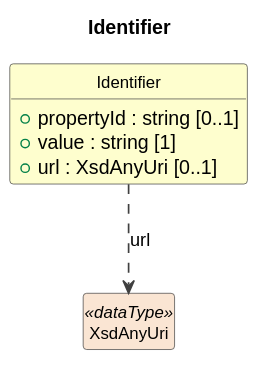
Cross-Domain-Interoperability-Framework/metadataBuildingBlocks keeps this PlantUML diagram as cdif-uml-model/CDIFDiscovery/Classes/Identifier.svg. Above is the earlier version. Source of this version:
```plantuml
@startuml
title Identifier
hide circle
hide empty members
skinparam shadowing false
skinparam ArrowThickness 1.2
skinparam class {
  ArrowColor #404040
  BorderColor #404040
  FontSize 12
}

class "Identifier" as Identifier #FEFECE {
  +propertyId : string [0..1]
  +value : string [1]
  +url : XsdAnyUri [0..1]
}
class "XsdAnyUri" as XsdAnyUri <<dataType>> #FAE5D3
Identifier ..> XsdAnyUri : url
@enduml
```
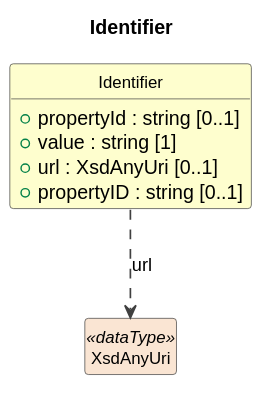
The same diagram one commit later.

What changed in the source:
```diff
@@ -14,6 +14,7 @@
   +propertyId : string [0..1]
   +value : string [1]
   +url : XsdAnyUri [0..1]
+  +propertyID : string [0..1]
 }
 class "XsdAnyUri" as XsdAnyUri <<dataType>> #FAE5D3
 Identifier ..> XsdAnyUri : url
```
